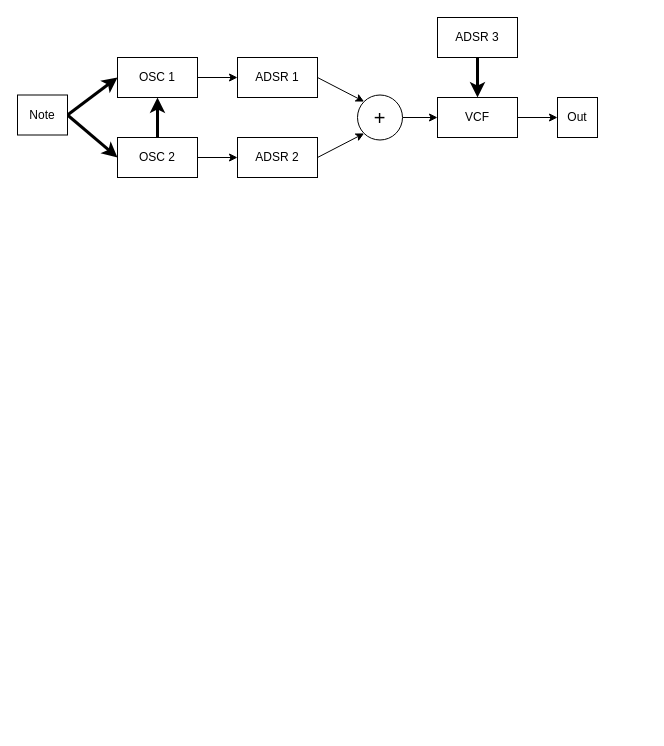
Before: engine.drawio in amb/nim-synth, a draw.io diagram. Source tidied: cells renumbered, new cells numbered last; positions are measured from the earlier drawing's top-left corner, leaving out a move shared by most shapes. Both pictures are drawn from the tidied source at 100%, with x=0, y=0 at pixel (17, 17).
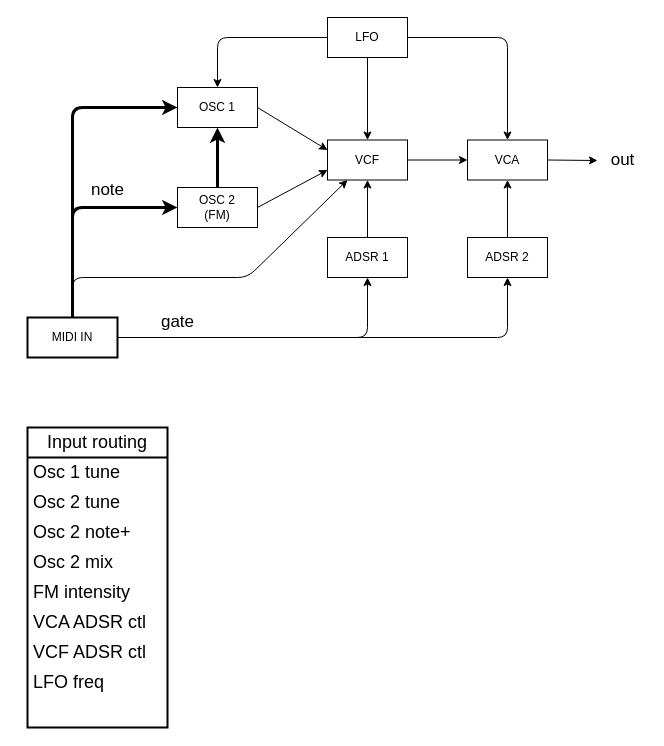
After the change.

Commit message (it also covers changes not shown here):
Normalizing params

What changed in the source:
```diff
@@
-    <mxCell id="2" style="edgeStyle=none;html=1;exitX=1;exitY=0.5;exitDx=0;exitDy=0;entryX=0;entryY=0.5;entryDx=0;entryDy=0;fontSize=20;" parent="1" edge="1" source="3" target="10">
-      <mxGeometry relative="1" as="geometry" />
-    </mxCell>
+    <mxCell id="21" style="edgeStyle=none;html=1;exitX=1;exitY=0.5;exitDx=0;exitDy=0;entryX=0;entryY=0.25;entryDx=0;entryDy=0;strokeWidth=1;fontSize=20;" parent="1" edge="1" source="3" target="8">
+      <mxGeometry relative="1" as="geometry" />
+    </mxCell>
     <mxCell id="3" value="OSC 1" style="rounded=0;whiteSpace=wrap;html=1;" parent="1" vertex="1">
-      <mxGeometry x="100" y="40" width="80" height="40" as="geometry" />
+      <mxGeometry x="160" y="70" width="80" height="40" as="geometry" />
     </mxCell>
-    <mxCell id="4" style="edgeStyle=none;html=1;exitX=1;exitY=0.5;exitDx=0;exitDy=0;entryX=0;entryY=0.5;entryDx=0;entryDy=0;fontSize=20;" parent="1" edge="1" source="6" target="12">
-      <mxGeometry relative="1" as="geometry" />
-    </mxCell>
@@
+    <mxCell id="22" style="edgeStyle=none;html=1;exitX=1;exitY=0.5;exitDx=0;exitDy=0;entryX=0;entryY=0.75;entryDx=0;entryDy=0;strokeWidth=1;fontSize=20;" parent="1" edge="1" source="6" target="8">
+      <mxGeometry relative="1" as="geometry" />
+    </mxCell>
-    <mxCell id="6" value="OSC 2" style="rounded=0;whiteSpace=wrap;html=1;" parent="1" vertex="1">
-      <mxGeometry x="100" y="120" width="80" height="40" as="geometry" />
+    <mxCell id="6" value="OSC 2&lt;br&gt;(FM)" style="rounded=0;whiteSpace=wrap;html=1;" parent="1" vertex="1">
+      <mxGeometry x="160" y="170" width="80" height="40" as="geometry" />
     </mxCell>
-    <mxCell id="7" style="edgeStyle=none;html=1;exitX=1;exitY=0.5;exitDx=0;exitDy=0;entryX=0;entryY=0.5;entryDx=0;entryDy=0;fontSize=20;" parent="1" edge="1" source="8" target="18">
+    <mxCell id="7" style="edgeStyle=none;html=1;exitX=1;exitY=0.5;exitDx=0;exitDy=0;entryX=0;entryY=0.5;entryDx=0;entryDy=0;strokeWidth=1;fontSize=20;" parent="1" edge="1" source="8" target="18">
       <mxGeometry relative="1" as="geometry" />
     </mxCell>
     <mxCell id="8" value="VCF" style="rounded=0;whiteSpace=wrap;html=1;" parent="1" vertex="1">
-      <mxGeometry x="420" y="80" width="80" height="40" as="geometry" />
+      <mxGeometry x="310" y="122.5" width="80" height="40" as="geometry" />
     </mxCell>
-    <mxCell id="9" style="edgeStyle=none;html=1;exitX=1;exitY=0.5;exitDx=0;exitDy=0;fontSize=20;entryX=0;entryY=0;entryDx=0;entryDy=0;" parent="1" edge="1" source="10" target="14">
-      <mxGeometry relative="1" as="geometry" />
-    </mxCell>
+    <mxCell id="23" style="edgeStyle=none;html=1;exitX=0.5;exitY=0;exitDx=0;exitDy=0;entryX=0.5;entryY=1;entryDx=0;entryDy=0;strokeWidth=1;fontSize=20;" parent="1" edge="1" source="10" target="8">
+      <mxGeometry relative="1" as="geometry" />
+    </mxCell>
     <mxCell id="10" value="ADSR 1" style="rounded=0;whiteSpace=wrap;html=1;" parent="1" vertex="1">
-      <mxGeometry x="220" y="40" width="80" height="40" as="geometry" />
+      <mxGeometry x="310" y="220" width="80" height="40" as="geometry" />
     </mxCell>
-    <mxCell id="11" style="edgeStyle=none;html=1;exitX=1;exitY=0.5;exitDx=0;exitDy=0;entryX=0;entryY=1;entryDx=0;entryDy=0;fontSize=20;" parent="1" edge="1" source="12" target="14">
-      <mxGeometry relative="1" as="geometry" />
-    </mxCell>
-    <mxCell id="12" value="ADSR 2" style="rounded=0;whiteSpace=wrap;html=1;" parent="1" vertex="1">
-      <mxGeometry x="220" y="120" width="80" height="40" as="geometry" />
-    </mxCell>
-    <mxCell id="13" style="edgeStyle=none;html=1;exitX=1;exitY=0.5;exitDx=0;exitDy=0;entryX=0;entryY=0.5;entryDx=0;entryDy=0;fontSize=20;" parent="1" edge="1" source="14" target="8">
-      <mxGeometry relative="1" as="geometry" />
-    </mxCell>
-    <mxCell id="14" value="+" style="ellipse;whiteSpace=wrap;html=1;fontSize=20;" parent="1" vertex="1">
-      <mxGeometry x="340" y="77.5" width="45" height="45" as="geometry" />
-    </mxCell>
-    <mxCell id="15" style="edgeStyle=none;html=1;exitX=1;exitY=0.5;exitDx=0;exitDy=0;entryX=0;entryY=0.5;entryDx=0;entryDy=0;fontSize=20;strokeWidth=3;" parent="1" edge="1" source="17" target="6">
-      <mxGeometry relative="1" as="geometry" />
+    <mxCell id="15" style="edgeStyle=none;html=1;exitX=0.5;exitY=0;exitDx=0;exitDy=0;entryX=0;entryY=0.5;entryDx=0;entryDy=0;fontSize=20;strokeWidth=3;" parent="1" edge="1" source="17" target="6">
+      <mxGeometry relative="1" as="geometry">
+        <Array as="points">
+          <mxPoint x="55" y="190" />
+        </Array>
+      </mxGeometry>
     </mxCell>
+    <mxCell id="24" style="edgeStyle=none;html=1;exitX=1;exitY=0.5;exitDx=0;exitDy=0;entryX=0.5;entryY=1;entryDx=0;entryDy=0;strokeWidth=1;fontSize=20;" parent="1" edge="1" source="17" target="10">
+      <mxGeometry relative="1" as="geometry">
+        <Array as="points">
+          <mxPoint x="350" y="320" />
+        </Array>
+      </mxGeometry>
+    </mxCell>
+    <mxCell id="25" style="edgeStyle=none;html=1;exitX=1;exitY=0.5;exitDx=0;exitDy=0;entryX=0.5;entryY=1;entryDx=0;entryDy=0;strokeWidth=1;fontSize=20;" parent="1" edge="1" source="17" target="20">
+      <mxGeometry relative="1" as="geometry">
+        <Array as="points">
+          <mxPoint x="490" y="320" />
+        </Array>
+      </mxGeometry>
+    </mxCell>
+    <mxCell id="26" style="edgeStyle=none;html=1;exitX=0.5;exitY=0;exitDx=0;exitDy=0;entryX=0.25;entryY=1;entryDx=0;entryDy=0;" parent="1" edge="1" source="17" target="8">
+      <mxGeometry relative="1" as="geometry">
+        <Array as="points">
+          <mxPoint x="55" y="260" />
+          <mxPoint x="230" y="260" />
+        </Array>
+      </mxGeometry>
+    </mxCell>
+    <mxCell id="17" value="MIDI IN" style="rounded=0;whiteSpace=wrap;html=1;strokeWidth=2;" parent="1" vertex="1">
+      <mxGeometry x="10" y="300" width="90" height="40" as="geometry" />
+    </mxCell>
+    <mxCell id="27" style="edgeStyle=none;html=1;exitX=1;exitY=0.5;exitDx=0;exitDy=0;strokeWidth=1;fontSize=20;" parent="1" edge="1" source="18">
+      <mxGeometry relative="1" as="geometry">
+        <mxPoint x="580" y="143" as="targetPoint" />
+      </mxGeometry>
+    </mxCell>
+    <mxCell id="18" value="VCA" style="rounded=0;whiteSpace=wrap;html=1;" parent="1" vertex="1">
+      <mxGeometry x="450" y="122.5" width="80" height="40" as="geometry" />
+    </mxCell>
+    <mxCell id="28" style="edgeStyle=none;html=1;exitX=0.5;exitY=0;exitDx=0;exitDy=0;entryX=0.5;entryY=1;entryDx=0;entryDy=0;strokeWidth=1;fontSize=20;" parent="1" edge="1" source="20" target="18">
+      <mxGeometry relative="1" as="geometry" />
+    </mxCell>
+    <mxCell id="20" value="ADSR 2" style="rounded=0;whiteSpace=wrap;html=1;" parent="1" vertex="1">
+      <mxGeometry x="450" y="220" width="80" height="40" as="geometry" />
+    </mxCell>
+    <mxCell id="29" value="out" style="text;html=1;align=center;verticalAlign=middle;strokeColor=none;fillColor=none;fontSize=17;" parent="1" vertex="1">
+      <mxGeometry x="580" y="127.5" width="50" height="30" as="geometry" />
+    </mxCell>
-    <mxCell id="16" style="edgeStyle=none;html=1;exitX=1;exitY=0.5;exitDx=0;exitDy=0;entryX=0;entryY=0.5;entryDx=0;entryDy=0;fontSize=20;strokeWidth=3;" parent="1" edge="1" source="17" target="3">
-      <mxGeometry relative="1" as="geometry" />
+    <mxCell id="16" style="edgeStyle=none;html=1;exitX=0.5;exitY=0;exitDx=0;exitDy=0;entryX=0;entryY=0.5;entryDx=0;entryDy=0;fontSize=20;strokeWidth=3;" parent="1" edge="1" source="17" target="3">
+      <mxGeometry relative="1" as="geometry">
+        <Array as="points">
+          <mxPoint x="55" y="90" />
+        </Array>
+      </mxGeometry>
     </mxCell>
-    <mxCell id="17" value="Note" style="rounded=0;whiteSpace=wrap;html=1;" parent="1" vertex="1">
-      <mxGeometry y="77.5" width="50" height="40" as="geometry" />
-    </mxCell>
-    <mxCell id="18" value="Out" style="rounded=0;whiteSpace=wrap;html=1;" parent="1" vertex="1">
-      <mxGeometry x="540" y="80" width="40" height="40" as="geometry" />
-    </mxCell>
-    <mxCell id="19" style="edgeStyle=none;html=1;exitX=0.5;exitY=1;exitDx=0;exitDy=0;entryX=0.5;entryY=0;entryDx=0;entryDy=0;strokeWidth=3;fontSize=20;" parent="1" edge="1" source="20" target="8">
-      <mxGeometry relative="1" as="geometry" />
-    </mxCell>
-    <mxCell id="20" value="ADSR 3" style="rounded=0;whiteSpace=wrap;html=1;" parent="1" vertex="1">
-      <mxGeometry x="420" width="80" height="40" as="geometry" />
-    </mxCell>
+    <mxCell id="30" value="gate" style="text;html=1;align=center;verticalAlign=middle;strokeColor=none;fillColor=none;fontSize=17;" parent="1" vertex="1">
+      <mxGeometry x="130" y="290" width="60" height="30" as="geometry" />
+    </mxCell>
+    <mxCell id="31" value="note" style="text;html=1;align=center;verticalAlign=middle;strokeColor=none;fillColor=none;fontSize=17;" parent="1" vertex="1">
+      <mxGeometry x="60" y="157.5" width="60" height="30" as="geometry" />
+    </mxCell>
+    <mxCell id="32" value="Input routing" style="swimlane;fontStyle=0;horizontal=1;startSize=30;whiteSpace=wrap;html=1;strokeWidth=2;fontFamily=Helvetica;fontSize=18;" parent="1" vertex="1">
+      <mxGeometry x="10" y="410" width="140" height="300" as="geometry" />
+    </mxCell>
+    <mxCell id="33" value="Osc 1 tune" style="text;strokeColor=none;fillColor=none;align=left;verticalAlign=middle;spacingLeft=4;spacingRight=4;overflow=hidden;whiteSpace=wrap;html=1;strokeWidth=2;fontFamily=Helvetica;fontSize=18;" parent="32" vertex="1">
+      <mxGeometry y="30" width="140" height="30" as="geometry" />
+    </mxCell>
+    <mxCell id="34" value="Osc 2 tune" style="text;strokeColor=none;fillColor=none;align=left;verticalAlign=middle;spacingLeft=4;spacingRight=4;overflow=hidden;whiteSpace=wrap;html=1;strokeWidth=2;fontFamily=Helvetica;fontSize=18;" parent="32" vertex="1">
+      <mxGeometry y="60" width="140" height="30" as="geometry" />
+    </mxCell>
+    <mxCell id="35" value="Osc 2 note+" style="text;strokeColor=none;fillColor=none;align=left;verticalAlign=middle;spacingLeft=4;spacingRight=4;overflow=hidden;whiteSpace=wrap;html=1;strokeWidth=2;fontFamily=Helvetica;fontSize=18;" parent="32" vertex="1">
+      <mxGeometry y="90" width="140" height="30" as="geometry" />
+    </mxCell>
+    <mxCell id="36" value="Osc 2 mix" style="text;strokeColor=none;fillColor=none;align=left;verticalAlign=middle;spacingLeft=4;spacingRight=4;overflow=hidden;whiteSpace=wrap;html=1;strokeWidth=2;fontFamily=Helvetica;fontSize=18;" parent="32" vertex="1">
+      <mxGeometry y="120" width="140" height="30" as="geometry" />
+    </mxCell>
+    <mxCell id="37" value="FM intensity" style="text;strokeColor=none;fillColor=none;align=left;verticalAlign=middle;spacingLeft=4;spacingRight=4;overflow=hidden;whiteSpace=wrap;html=1;strokeWidth=2;fontFamily=Helvetica;fontSize=18;" parent="32" vertex="1">
+      <mxGeometry y="150" width="140" height="30" as="geometry" />
+    </mxCell>
+    <mxCell id="38" value="VCA ADSR ctl" style="text;strokeColor=none;fillColor=none;align=left;verticalAlign=middle;spacingLeft=4;spacingRight=4;overflow=hidden;whiteSpace=wrap;html=1;strokeWidth=2;fontFamily=Helvetica;fontSize=18;" parent="32" vertex="1">
+      <mxGeometry y="180" width="140" height="30" as="geometry" />
+    </mxCell>
+    <mxCell id="39" value="VCF ADSR ctl" style="text;strokeColor=none;fillColor=none;align=left;verticalAlign=middle;spacingLeft=4;spacingRight=4;overflow=hidden;whiteSpace=wrap;html=1;strokeWidth=2;fontFamily=Helvetica;fontSize=18;" parent="32" vertex="1">
+      <mxGeometry y="210" width="140" height="30" as="geometry" />
+    </mxCell>
+    <mxCell id="40" value="LFO freq" style="text;strokeColor=none;fillColor=none;align=left;verticalAlign=middle;spacingLeft=4;spacingRight=4;overflow=hidden;whiteSpace=wrap;html=1;strokeWidth=2;fontFamily=Helvetica;fontSize=18;" parent="32" vertex="1">
+      <mxGeometry y="240" width="140" height="30" as="geometry" />
+    </mxCell>
+    <mxCell id="41" style="text;strokeColor=none;fillColor=none;align=left;verticalAlign=middle;spacingLeft=4;spacingRight=4;overflow=hidden;whiteSpace=wrap;html=1;strokeWidth=2;fontFamily=Helvetica;fontSize=18;" parent="32" vertex="1">
+      <mxGeometry y="270" width="140" height="30" as="geometry" />
+    </mxCell>
+    <mxCell id="42" style="edgeStyle=none;html=1;exitX=0;exitY=0.5;exitDx=0;exitDy=0;entryX=0.5;entryY=0;entryDx=0;entryDy=0;strokeWidth=1;fontFamily=Helvetica;fontSize=18;" parent="1" edge="1" source="45" target="3">
+      <mxGeometry relative="1" as="geometry">
+        <Array as="points">
+          <mxPoint x="200" y="20" />
+        </Array>
+      </mxGeometry>
+    </mxCell>
+    <mxCell id="43" style="edgeStyle=none;html=1;exitX=1;exitY=0.5;exitDx=0;exitDy=0;entryX=0.5;entryY=0;entryDx=0;entryDy=0;strokeWidth=1;fontFamily=Helvetica;fontSize=18;" parent="1" edge="1" source="45" target="18">
+      <mxGeometry relative="1" as="geometry">
+        <Array as="points">
+          <mxPoint x="490" y="20" />
+        </Array>
+      </mxGeometry>
+    </mxCell>
+    <mxCell id="44" style="edgeStyle=none;html=1;exitX=0.5;exitY=1;exitDx=0;exitDy=0;entryX=0.5;entryY=0;entryDx=0;entryDy=0;" parent="1" edge="1" source="45" target="8">
+      <mxGeometry relative="1" as="geometry" />
+    </mxCell>
+    <mxCell id="45" value="LFO" style="rounded=0;whiteSpace=wrap;html=1;" parent="1" vertex="1">
+      <mxGeometry x="310" width="80" height="40" as="geometry" />
+    </mxCell>
```
